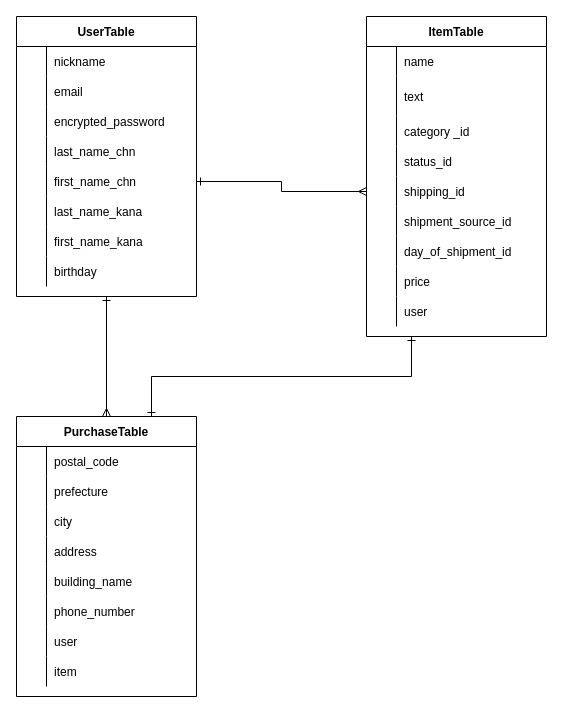
Before: furima-31646.dio in kawashima-mozart/furima-31646, a draw.io diagram. Source tidied: cells renumbered, new cells numbered last; positions are measured from the earlier drawing's top-left corner, leaving out a move shared by most shapes. Both pictures are drawn from the tidied source at 100%, with x=0, y=0 at pixel (16, 16).
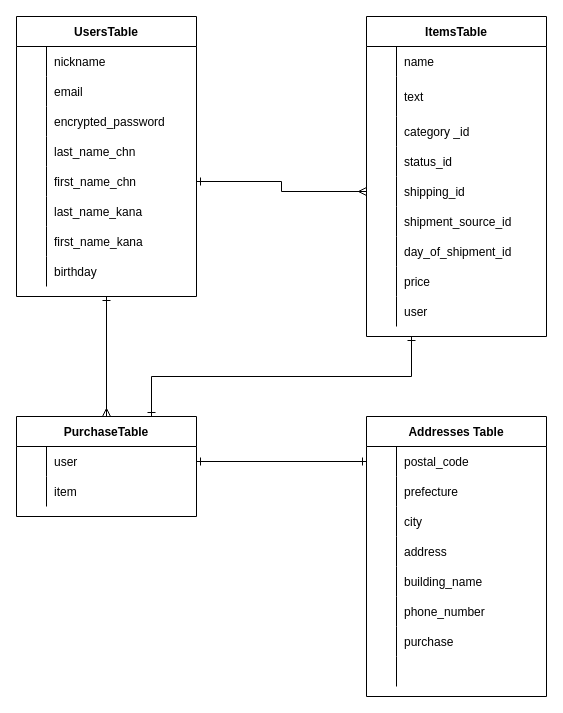
The same page after the edit.

Change to the diagram source:
```diff
@@
-    <mxCell id="3" value="UserTable" style="shape=table;startSize=30;childLayout=tableLayout;rowLines=0;fontStyle=1;align=center;" parent="1" vertex="1">
+    <mxCell id="3" value="UsersTable" style="shape=table;startSize=30;childLayout=tableLayout;rowLines=0;fontStyle=1;align=center;" parent="1" vertex="1">
       <mxGeometry width="180" height="280" as="geometry" />
     </mxCell>
@@
-    <mxCell id="29" value="ItemTable" style="shape=table;startSize=30;childLayout=tableLayout;rowLines=0;fontStyle=1;align=center;" parent="1" vertex="1">
+    <mxCell id="29" value="ItemsTable" style="shape=table;startSize=30;childLayout=tableLayout;rowLines=0;fontStyle=1;align=center;" parent="1" vertex="1">
       <mxGeometry x="350" width="180" height="320" as="geometry" />
     </mxCell>
@@
     <mxCell id="58" value="PurchaseTable" style="shape=table;startSize=30;childLayout=tableLayout;rowLines=0;fontStyle=1;align=center;" parent="1" vertex="1">
-      <mxGeometry y="400" width="180" height="280" as="geometry" />
+      <mxGeometry y="400" width="180" height="100" as="geometry" />
     </mxCell>
-    <mxCell id="59" style="shape=partialRectangle;fillColor=none;top=0;left=0;bottom=0;right=0;points=[[0,0.5],[1,0.5]];portConstraint=eastwest;" parent="58" vertex="1">
-      <mxGeometry y="30" width="180" height="30" as="geometry" />
-    </mxCell>
-    <mxCell id="60" style="shape=partialRectangle;fillColor=none;top=0;left=0;bottom=0;right=0;overflow=hidden;" parent="59" vertex="1">
-      <mxGeometry width="30" height="30" as="geometry" />
-    </mxCell>
-    <mxCell id="61" value="postal_code" style="shape=partialRectangle;fillColor=none;top=0;left=0;bottom=0;right=0;align=left;spacingLeft=6;overflow=hidden;" parent="59" vertex="1">
-      <mxGeometry x="30" width="150" height="30" as="geometry" />
-    </mxCell>
-    <mxCell id="62" style="shape=partialRectangle;fillColor=none;top=0;left=0;bottom=0;right=0;" parent="58" vertex="1">
-      <mxGeometry y="60" width="180" height="30" as="geometry" />
-    </mxCell>
-    <mxCell id="63" style="shape=partialRectangle;fillColor=none;top=0;left=0;bottom=0;right=0;overflow=hidden;" parent="62" vertex="1">
-      <mxGeometry width="30" height="30" as="geometry" />
-    </mxCell>
-    <mxCell id="64" value="prefecture" style="shape=partialRectangle;fillColor=none;top=0;left=0;bottom=0;right=0;align=left;spacingLeft=6;overflow=hidden;" parent="62" vertex="1">
-      <mxGeometry x="30" width="150" height="30" as="geometry" />
-    </mxCell>
-    <mxCell id="65" style="shape=partialRectangle;fillColor=none;top=0;left=0;bottom=0;right=0;" parent="58" vertex="1">
-      <mxGeometry y="90" width="180" height="30" as="geometry" />
-    </mxCell>
-    <mxCell id="66" style="shape=partialRectangle;fillColor=none;top=0;left=0;bottom=0;right=0;overflow=hidden;" parent="65" vertex="1">
-      <mxGeometry width="30" height="30" as="geometry" />
-    </mxCell>
-    <mxCell id="67" value="city" style="shape=partialRectangle;fillColor=none;top=0;left=0;bottom=0;right=0;align=left;spacingLeft=6;overflow=hidden;" parent="65" vertex="1">
-      <mxGeometry x="30" width="150" height="30" as="geometry" />
-    </mxCell>
-    <mxCell id="68" style="shape=partialRectangle;fillColor=none;top=0;left=0;bottom=0;right=0;" parent="58" vertex="1">
-      <mxGeometry y="120" width="180" height="30" as="geometry" />
-    </mxCell>
-    <mxCell id="69" style="shape=partialRectangle;fillColor=none;top=0;left=0;bottom=0;right=0;overflow=hidden;" parent="68" vertex="1">
-      <mxGeometry width="30" height="30" as="geometry" />
-    </mxCell>
-    <mxCell id="70" value="address " style="shape=partialRectangle;fillColor=none;top=0;left=0;bottom=0;right=0;align=left;spacingLeft=6;overflow=hidden;" parent="68" vertex="1">
-      <mxGeometry x="30" width="150" height="30" as="geometry" />
-    </mxCell>
-    <mxCell id="71" style="shape=partialRectangle;fillColor=none;top=0;left=0;bottom=0;right=0;" parent="58" vertex="1">
-      <mxGeometry y="150" width="180" height="30" as="geometry" />
-    </mxCell>
-    <mxCell id="72" style="shape=partialRectangle;fillColor=none;top=0;left=0;bottom=0;right=0;overflow=hidden;" parent="71" vertex="1">
-      <mxGeometry width="30" height="30" as="geometry" />
-    </mxCell>
-    <mxCell id="73" value="building_name" style="shape=partialRectangle;fillColor=none;top=0;left=0;bottom=0;right=0;align=left;spacingLeft=6;overflow=hidden;" parent="71" vertex="1">
-      <mxGeometry x="30" width="150" height="30" as="geometry" />
-    </mxCell>
-    <mxCell id="74" style="shape=partialRectangle;fillColor=none;top=0;left=0;bottom=0;right=0;" parent="58" vertex="1">
-      <mxGeometry y="180" width="180" height="30" as="geometry" />
-    </mxCell>
-    <mxCell id="75" style="shape=partialRectangle;fillColor=none;top=0;left=0;bottom=0;right=0;overflow=hidden;" parent="74" vertex="1">
-      <mxGeometry width="30" height="30" as="geometry" />
-    </mxCell>
-    <mxCell id="76" value="phone_number" style="shape=partialRectangle;fillColor=none;top=0;left=0;bottom=0;right=0;align=left;spacingLeft=6;overflow=hidden;" parent="74" vertex="1">
-      <mxGeometry x="30" width="150" height="30" as="geometry" />
-    </mxCell>
     <mxCell id="77" style="shape=partialRectangle;fillColor=none;top=0;left=0;bottom=0;right=0;points=[[0,0.5],[1,0.5]];portConstraint=eastwest;" parent="58" vertex="1">
-      <mxGeometry y="210" width="180" height="30" as="geometry" />
+      <mxGeometry y="30" width="180" height="30" as="geometry" />
     </mxCell>
@@
     <mxCell id="80" style="shape=partialRectangle;fillColor=none;top=0;left=0;bottom=0;right=0;" parent="58" vertex="1">
-      <mxGeometry y="240" width="180" height="30" as="geometry" />
+      <mxGeometry y="60" width="180" height="30" as="geometry" />
     </mxCell>
@@
+    <mxCell id="83" value="Addresses Table" style="shape=table;startSize=30;childLayout=tableLayout;rowLines=0;fontStyle=1;align=center;" parent="1" vertex="1">
+      <mxGeometry x="350" y="400" width="180" height="280" as="geometry" />
+    </mxCell>
+    <mxCell id="59" style="shape=partialRectangle;fillColor=none;top=0;left=0;bottom=0;right=0;points=[[0,0.5],[1,0.5]];portConstraint=eastwest;" parent="83" vertex="1">
+      <mxGeometry y="30" width="180" height="30" as="geometry" />
+    </mxCell>
+    <mxCell id="84" style="shape=partialRectangle;fillColor=none;top=0;left=0;bottom=0;right=0;overflow=hidden;" parent="59" vertex="1">
+      <mxGeometry width="30" height="30" as="geometry" />
+    </mxCell>
+    <mxCell id="61" value="postal_code" style="shape=partialRectangle;fillColor=none;top=0;left=0;bottom=0;right=0;align=left;spacingLeft=6;overflow=hidden;" parent="59" vertex="1">
+      <mxGeometry x="30" width="150" height="30" as="geometry" />
+    </mxCell>
+    <mxCell id="62" style="shape=partialRectangle;fillColor=none;top=0;left=0;bottom=0;right=0;" parent="83" vertex="1">
+      <mxGeometry y="60" width="180" height="30" as="geometry" />
+    </mxCell>
+    <mxCell id="85" style="shape=partialRectangle;fillColor=none;top=0;left=0;bottom=0;right=0;overflow=hidden;" parent="62" vertex="1">
+      <mxGeometry width="30" height="30" as="geometry" />
+    </mxCell>
+    <mxCell id="64" value="prefecture" style="shape=partialRectangle;fillColor=none;top=0;left=0;bottom=0;right=0;align=left;spacingLeft=6;overflow=hidden;" parent="62" vertex="1">
+      <mxGeometry x="30" width="150" height="30" as="geometry" />
+    </mxCell>
+    <mxCell id="65" style="shape=partialRectangle;fillColor=none;top=0;left=0;bottom=0;right=0;" parent="83" vertex="1">
+      <mxGeometry y="90" width="180" height="30" as="geometry" />
+    </mxCell>
+    <mxCell id="86" style="shape=partialRectangle;fillColor=none;top=0;left=0;bottom=0;right=0;overflow=hidden;" parent="65" vertex="1">
+      <mxGeometry width="30" height="30" as="geometry" />
+    </mxCell>
+    <mxCell id="67" value="city" style="shape=partialRectangle;fillColor=none;top=0;left=0;bottom=0;right=0;align=left;spacingLeft=6;overflow=hidden;" parent="65" vertex="1">
+      <mxGeometry x="30" width="150" height="30" as="geometry" />
+    </mxCell>
+    <mxCell id="68" style="shape=partialRectangle;fillColor=none;top=0;left=0;bottom=0;right=0;" parent="83" vertex="1">
+      <mxGeometry y="120" width="180" height="30" as="geometry" />
+    </mxCell>
+    <mxCell id="87" style="shape=partialRectangle;fillColor=none;top=0;left=0;bottom=0;right=0;overflow=hidden;" parent="68" vertex="1">
+      <mxGeometry width="30" height="30" as="geometry" />
+    </mxCell>
+    <mxCell id="70" value="address " style="shape=partialRectangle;fillColor=none;top=0;left=0;bottom=0;right=0;align=left;spacingLeft=6;overflow=hidden;" parent="68" vertex="1">
+      <mxGeometry x="30" width="150" height="30" as="geometry" />
+    </mxCell>
+    <mxCell id="71" style="shape=partialRectangle;fillColor=none;top=0;left=0;bottom=0;right=0;" parent="83" vertex="1">
+      <mxGeometry y="150" width="180" height="30" as="geometry" />
+    </mxCell>
+    <mxCell id="88" style="shape=partialRectangle;fillColor=none;top=0;left=0;bottom=0;right=0;overflow=hidden;" parent="71" vertex="1">
+      <mxGeometry width="30" height="30" as="geometry" />
+    </mxCell>
+    <mxCell id="73" value="building_name" style="shape=partialRectangle;fillColor=none;top=0;left=0;bottom=0;right=0;align=left;spacingLeft=6;overflow=hidden;" parent="71" vertex="1">
+      <mxGeometry x="30" width="150" height="30" as="geometry" />
+    </mxCell>
+    <mxCell id="74" style="shape=partialRectangle;fillColor=none;top=0;left=0;bottom=0;right=0;" parent="83" vertex="1">
+      <mxGeometry y="180" width="180" height="30" as="geometry" />
+    </mxCell>
+    <mxCell id="89" style="shape=partialRectangle;fillColor=none;top=0;left=0;bottom=0;right=0;overflow=hidden;" parent="74" vertex="1">
+      <mxGeometry width="30" height="30" as="geometry" />
+    </mxCell>
+    <mxCell id="76" value="phone_number" style="shape=partialRectangle;fillColor=none;top=0;left=0;bottom=0;right=0;align=left;spacingLeft=6;overflow=hidden;" parent="74" vertex="1">
+      <mxGeometry x="30" width="150" height="30" as="geometry" />
+    </mxCell>
+    <mxCell id="90" style="shape=partialRectangle;fillColor=none;top=0;left=0;bottom=0;right=0;" parent="83" vertex="1">
+      <mxGeometry y="210" width="180" height="30" as="geometry" />
+    </mxCell>
+    <mxCell id="91" style="shape=partialRectangle;fillColor=none;top=0;left=0;bottom=0;right=0;overflow=hidden;" parent="90" vertex="1">
+      <mxGeometry width="30" height="30" as="geometry" />
+    </mxCell>
+    <mxCell id="92" value="purchase" style="shape=partialRectangle;fillColor=none;top=0;left=0;bottom=0;right=0;align=left;spacingLeft=6;overflow=hidden;" parent="90" vertex="1">
+      <mxGeometry x="30" width="150" height="30" as="geometry" />
+    </mxCell>
+    <mxCell id="93" style="shape=partialRectangle;fillColor=none;top=0;left=0;bottom=0;right=0;" parent="83" vertex="1">
+      <mxGeometry y="240" width="180" height="30" as="geometry" />
+    </mxCell>
+    <mxCell id="94" style="shape=partialRectangle;fillColor=none;top=0;left=0;bottom=0;right=0;overflow=hidden;" parent="93" vertex="1">
+      <mxGeometry width="30" height="30" as="geometry" />
+    </mxCell>
+    <mxCell id="95" style="shape=partialRectangle;fillColor=none;top=0;left=0;bottom=0;right=0;align=left;spacingLeft=6;overflow=hidden;" parent="93" vertex="1">
+      <mxGeometry x="30" width="150" height="30" as="geometry" />
+    </mxCell>
+    <mxCell id="96" style="edgeStyle=orthogonalEdgeStyle;rounded=0;jettySize=auto;html=1;exitX=0;exitY=0.5;exitDx=0;exitDy=0;entryX=1;entryY=0.5;entryDx=0;entryDy=0;endArrow=ERone;endFill=0;startArrow=ERone;startFill=0;" parent="1" edge="1" source="59" target="77">
+      <mxGeometry relative="1" as="geometry" />
+    </mxCell>
```
